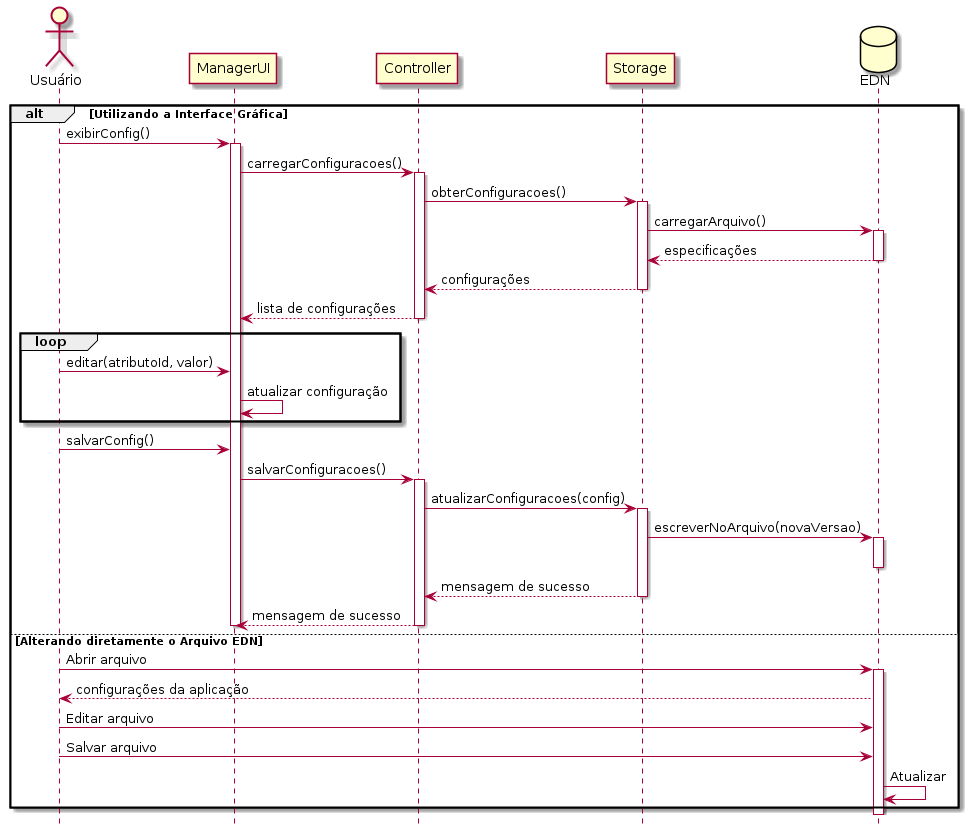
The PlantUML diagram Artefatos/Diagramas/Sequência/C01.png in ICEI-PUC-Minas-PPLES-TI/plf-es-2022-1-tcci-5308100-dev-marlon-silva, before a commit.
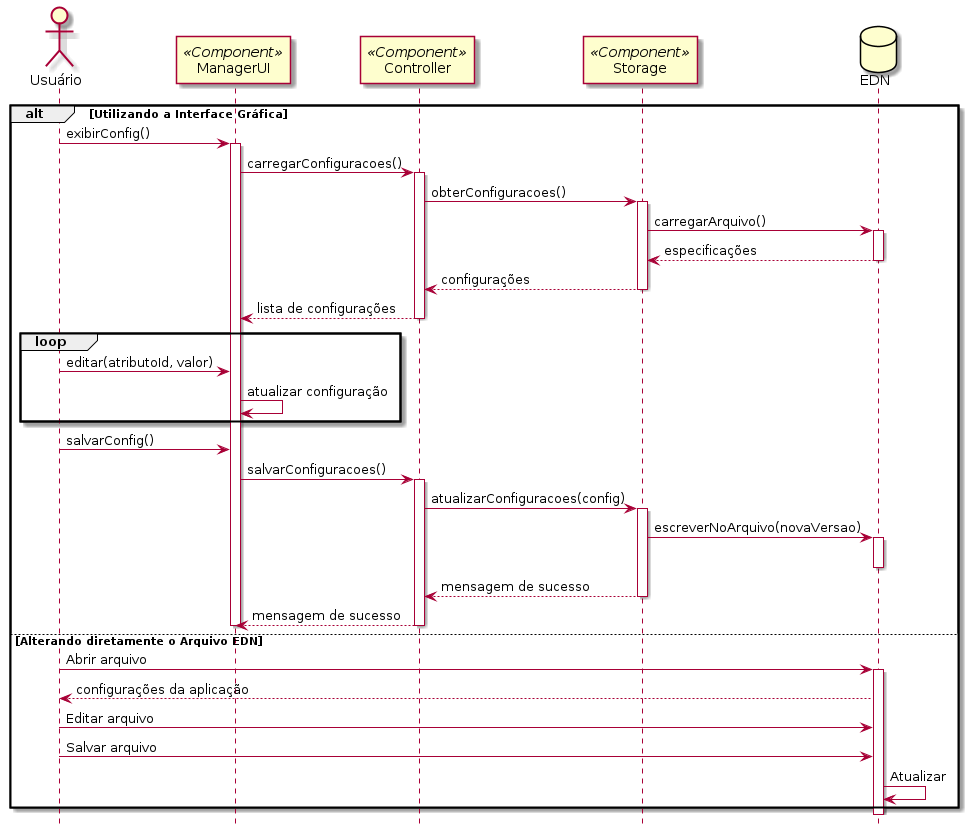
Later version of the same file.

Diff of the diagram source:
```diff
@@ -3,9 +3,9 @@
 hide footbox
 
 actor "Usuário" as usr
-participant "ManagerUI" as mui
-participant "Controller" as ctrl
-participant "Storage" as str
+participant "ManagerUI" as mui <<Component>>
+participant "Controller" as ctrl <<Component>>
+participant "Storage" as str <<Component>>
 database "EDN" as edn
 
 alt Utilizando a Interface Gráfica
```
